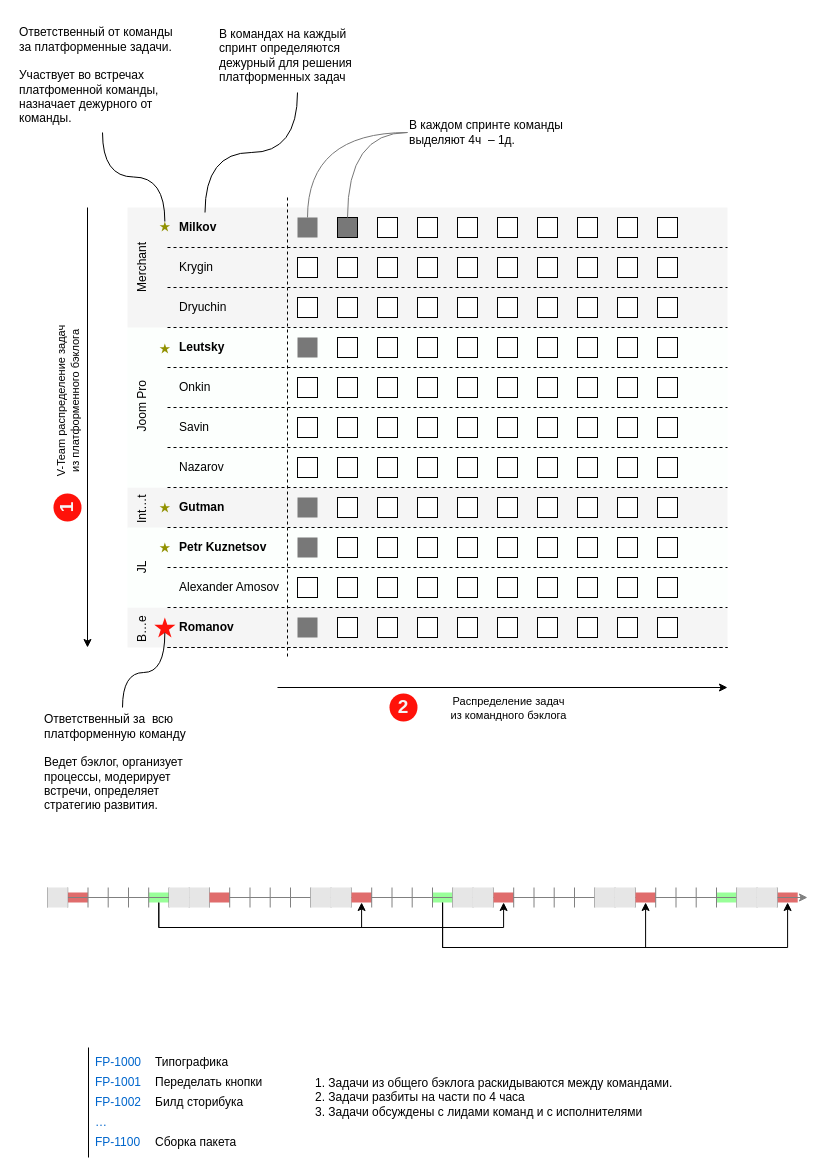
ajile/draw-io keeps this draw.io diagram as design-flow.drawio. Above is the earlier version. Source tidied: cells renumbered, new cells numbered last; positions are measured from the earlier drawing's top-left corner, leaving out a move shared by most shapes. Both pictures are drawn from the tidied source at 100%, with x=0, y=0 at pixel (17, 17).
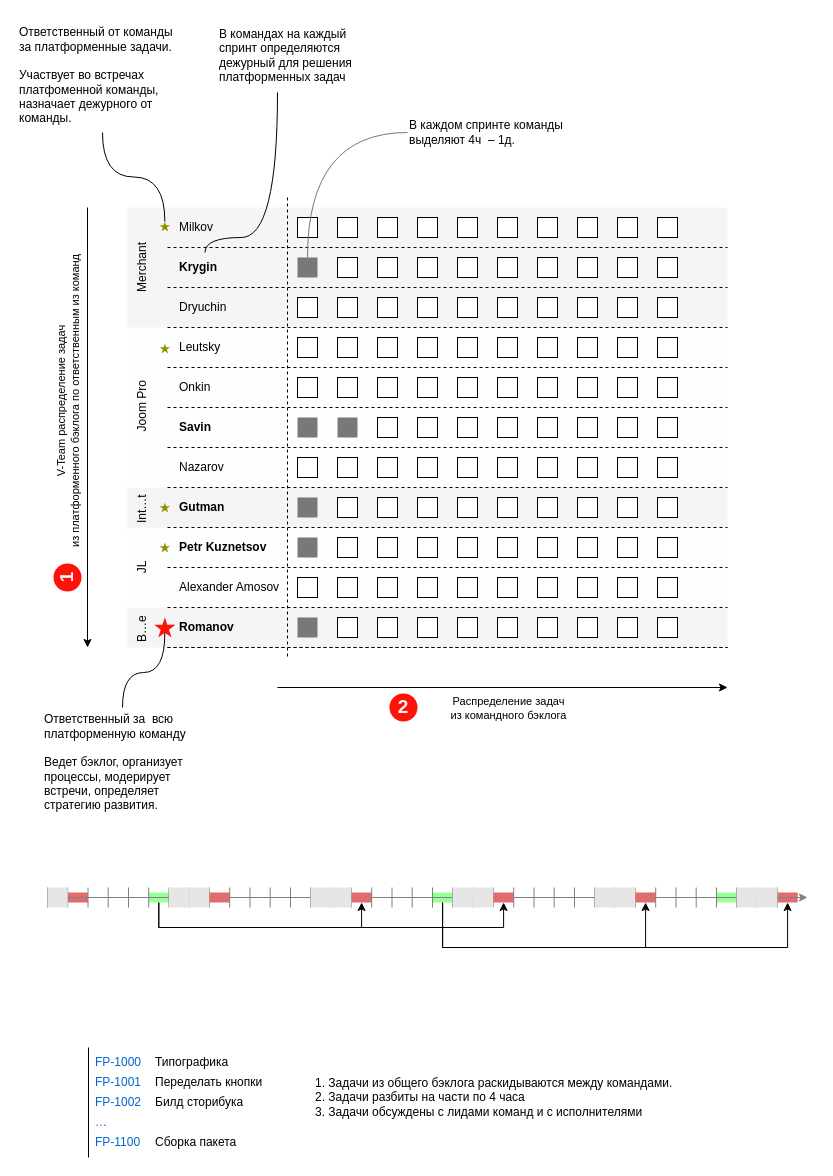
The same diagram, later.

Unchanged cells that the change refers to:
```xml
<mxCell id="171" value="В каждом спринте команды выделяют 4ч&amp;nbsp; – 1д." style="text;html=1;strokeColor=none;fillColor=none;align=left;verticalAlign=middle;whiteSpace=wrap;rounded=0;" parent="65" vertex="1">
  <mxGeometry x="390" y="90" width="180" height="50" as="geometry" />
</mxCell>
<mxCell id="185" value="В командах на каждый спринт определяются дежурный для решения платформенных задач" style="text;html=1;strokeColor=none;fillColor=none;align=left;verticalAlign=middle;whiteSpace=wrap;rounded=0;" parent="65" vertex="1">
  <mxGeometry x="200" width="160" height="75" as="geometry" />
</mxCell>
<mxCell id="226" style="endArrow=classic;html=1;rounded=0;" parent="65" edge="1">
  <mxGeometry relative="1" as="geometry">
    <mxPoint x="70" y="190" as="sourcePoint" />
    <mxPoint x="70" y="630" as="targetPoint" />
  </mxGeometry>
</mxCell>
```

The edit, as a diff of the source:
```diff
@@
-    <mxCell id="71" value="&lt;b&gt;Milkov&lt;/b&gt;" style="text;html=1;strokeColor=none;fillColor=none;align=left;verticalAlign=middle;whiteSpace=wrap;rounded=0;" parent="65" vertex="1">
+    <mxCell id="71" value="&lt;span&gt;Milkov&lt;/span&gt;" style="text;html=1;strokeColor=none;fillColor=none;align=left;verticalAlign=middle;whiteSpace=wrap;rounded=0;fontStyle=0;" parent="65" vertex="1">
       <mxGeometry x="160" y="195" width="110" height="30" as="geometry" />
     </mxCell>
@@
-    <mxCell id="74" style="rounded=0;whiteSpace=wrap;html=1;fillColor=#787878;strokeColor=none;" parent="65" vertex="1">
-      <mxGeometry x="280" y="200" width="20" height="20" as="geometry" />
-    </mxCell>
-    <mxCell id="75" style="rounded=0;whiteSpace=wrap;html=1;fillColor=#787878;" parent="65" vertex="1">
-      <mxGeometry x="320" y="200" width="20" height="20" as="geometry" />
-    </mxCell>
@@
-    <mxCell id="84" value="Krygin" style="text;html=1;strokeColor=none;fillColor=none;align=left;verticalAlign=middle;whiteSpace=wrap;rounded=0;" parent="65" vertex="1">
+    <mxCell id="84" value="Krygin" style="text;html=1;strokeColor=none;fillColor=none;align=left;verticalAlign=middle;whiteSpace=wrap;rounded=0;fontStyle=1;" parent="65" vertex="1">
       <mxGeometry x="160" y="235" width="110" height="30" as="geometry" />
     </mxCell>
@@
-    <mxCell id="86" style="rounded=0;whiteSpace=wrap;html=1;" parent="65" vertex="1">
-      <mxGeometry x="280" y="240" width="20" height="20" as="geometry" />
-    </mxCell>
@@
-    <mxCell id="108" value="&lt;b&gt;Leutsky&lt;/b&gt;" style="text;html=1;strokeColor=none;fillColor=none;align=left;verticalAlign=middle;whiteSpace=wrap;rounded=0;" parent="65" vertex="1">
+    <mxCell id="108" value="&lt;span&gt;Leutsky&lt;/span&gt;" style="text;html=1;strokeColor=none;fillColor=none;align=left;verticalAlign=middle;whiteSpace=wrap;rounded=0;fontStyle=0;" parent="65" vertex="1">
       <mxGeometry x="160" y="315" width="110" height="30" as="geometry" />
     </mxCell>
@@
     <mxCell id="110" style="rounded=0;whiteSpace=wrap;html=1;fillColor=#787878;strokeColor=none;" parent="65" vertex="1">
-      <mxGeometry x="280" y="320" width="20" height="20" as="geometry" />
+      <mxGeometry x="280" y="400" width="20" height="20" as="geometry" />
     </mxCell>
@@
-    <mxCell id="132" value="Savin" style="text;html=1;strokeColor=none;fillColor=none;align=left;verticalAlign=middle;whiteSpace=wrap;rounded=0;" parent="65" vertex="1">
+    <mxCell id="132" value="Savin" style="text;html=1;strokeColor=none;fillColor=none;align=left;verticalAlign=middle;whiteSpace=wrap;rounded=0;fontStyle=1;" parent="65" vertex="1">
       <mxGeometry x="160" y="395" width="110" height="30" as="geometry" />
     </mxCell>
@@
-    <mxCell id="134" style="rounded=0;whiteSpace=wrap;html=1;" parent="65" vertex="1">
-      <mxGeometry x="280" y="400" width="20" height="20" as="geometry" />
-    </mxCell>
-    <mxCell id="135" style="rounded=0;whiteSpace=wrap;html=1;" parent="65" vertex="1">
-      <mxGeometry x="320" y="400" width="20" height="20" as="geometry" />
-    </mxCell>
@@
-    <mxCell id="170" style="edgeStyle=orthogonalEdgeStyle;rounded=0;jettySize=auto;html=1;entryX=0.5;entryY=0;entryDx=0;entryDy=0;curved=1;endArrow=none;endFill=0;strokeColor=#787878;" parent="65" edge="1" source="171" target="74">
-      <mxGeometry relative="1" as="geometry" />
-    </mxCell>
@@
-    <mxCell id="172" style="edgeStyle=orthogonalEdgeStyle;rounded=0;jettySize=auto;html=1;entryX=0.5;entryY=0;entryDx=0;entryDy=0;curved=1;endArrow=none;endFill=0;strokeColor=#787878;" parent="65" edge="1" source="171" target="75">
-      <mxGeometry relative="1" as="geometry" />
-    </mxCell>
@@
-    <mxCell id="184" style="edgeStyle=orthogonalEdgeStyle;rounded=0;jettySize=auto;html=1;entryX=0.25;entryY=0;entryDx=0;entryDy=0;curved=1;endArrow=none;endFill=0;" parent="65" edge="1" source="185" target="71">
-      <mxGeometry relative="1" as="geometry" />
+    <mxCell id="184" style="edgeStyle=orthogonalEdgeStyle;rounded=0;jettySize=auto;html=1;entryX=0.25;entryY=0;entryDx=0;entryDy=0;curved=1;endArrow=none;endFill=0;" parent="65" edge="1" source="185" target="84">
+      <mxGeometry relative="1" as="geometry">
+        <Array as="points">
+          <mxPoint x="260" y="220" />
+          <mxPoint x="188" y="220" />
+        </Array>
+      </mxGeometry>
     </mxCell>
@@
-    <mxCell id="227" value="V-Team распределение задач&lt;br&gt;из платформенного бэклога" style="edgeLabel;html=1;align=center;verticalAlign=middle;rotation=-90;" parent="226" vertex="1">
+    <mxCell id="227" value="V-Team распределение задач&lt;br&gt;из платформенного бэклога по ответственным из команд" style="edgeLabel;html=1;align=center;verticalAlign=middle;rotation=-90;" parent="226" vertex="1">
       <mxGeometry x="-0.24" y="-1" relative="1" as="geometry">
         <mxPoint x="-19" y="28" as="offset" />
       </mxGeometry>
     </mxCell>
@@
     <mxCell id="230" value="1" style="ellipse;whiteSpace=wrap;html=1;strokeColor=none;fillColor=#FF120A;fontStyle=1;fontColor=#F5F5F5;fontSize=19;rotation=-90;" parent="65" vertex="1">
-      <mxGeometry x="36" y="476" width="28" height="28" as="geometry" />
+      <mxGeometry x="36" y="546" width="28" height="28" as="geometry" />
     </mxCell>
@@
+    <mxCell id="241" style="rounded=0;whiteSpace=wrap;html=1;" parent="65" vertex="1">
+      <mxGeometry x="320" y="200" width="20" height="20" as="geometry" />
+    </mxCell>
+    <mxCell id="242" style="rounded=0;whiteSpace=wrap;html=1;" parent="65" vertex="1">
+      <mxGeometry x="280" y="200" width="20" height="20" as="geometry" />
+    </mxCell>
+    <mxCell id="243" style="rounded=0;whiteSpace=wrap;html=1;" parent="65" vertex="1">
+      <mxGeometry x="280" y="320" width="20" height="20" as="geometry" />
+    </mxCell>
+    <mxCell id="244" style="rounded=0;whiteSpace=wrap;html=1;fillColor=#787878;strokeColor=none;" parent="65" vertex="1">
+      <mxGeometry x="280" y="240" width="20" height="20" as="geometry" />
+    </mxCell>
+    <mxCell id="245" style="rounded=0;whiteSpace=wrap;html=1;fillColor=#787878;strokeColor=none;" parent="65" vertex="1">
+      <mxGeometry x="320" y="400" width="20" height="20" as="geometry" />
+    </mxCell>
+    <mxCell id="170" style="edgeStyle=orthogonalEdgeStyle;rounded=0;jettySize=auto;html=1;entryX=0.5;entryY=0;entryDx=0;entryDy=0;curved=1;endArrow=none;endFill=0;strokeColor=#787878;" parent="65" edge="1" source="171" target="244">
+      <mxGeometry relative="1" as="geometry" />
+    </mxCell>
```
